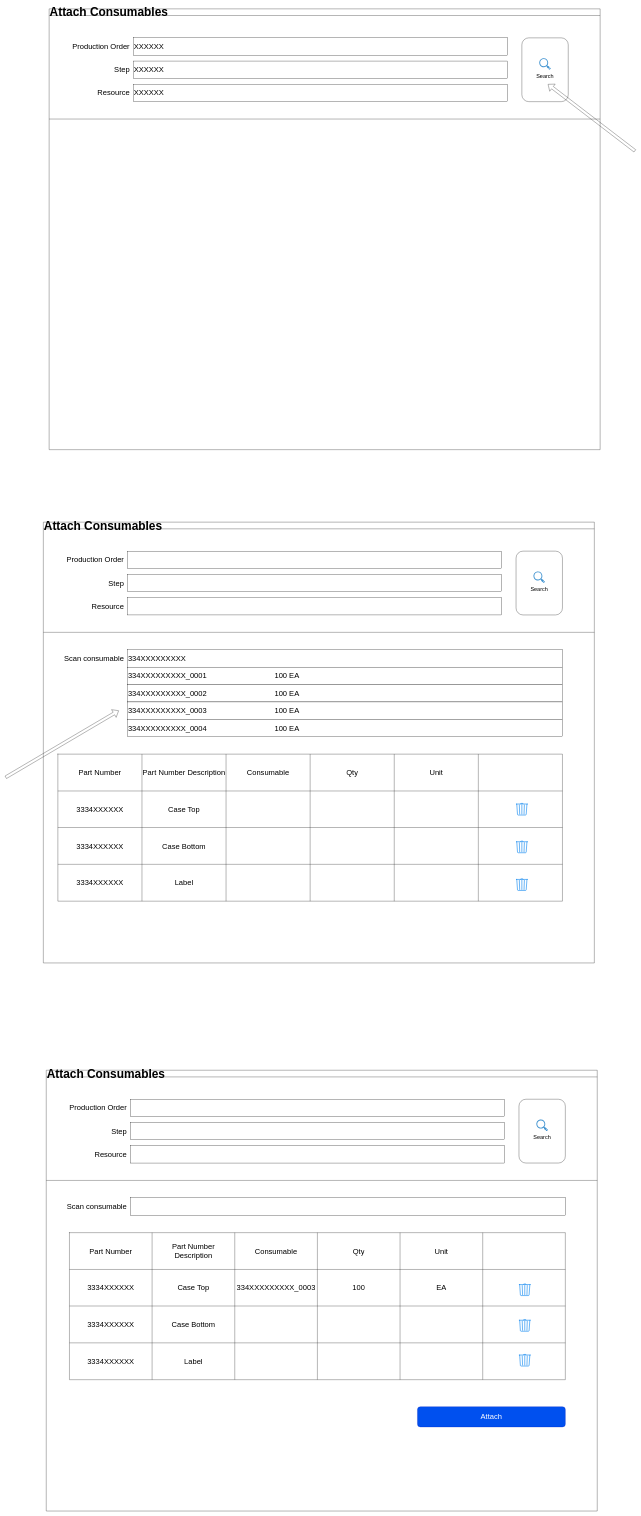
The draw.io diagram MES Flow/Untitled Diagram.drawio in vinceliao99/MyDiagrams, before the edit. Source tidied: cells renumbered, new cells numbered last; positions are measured from the earlier drawing's top-left corner, leaving out a move shared by most shapes. Both pictures are drawn from the tidied source at 29%, with x=0, y=0 at pixel (6, 9).
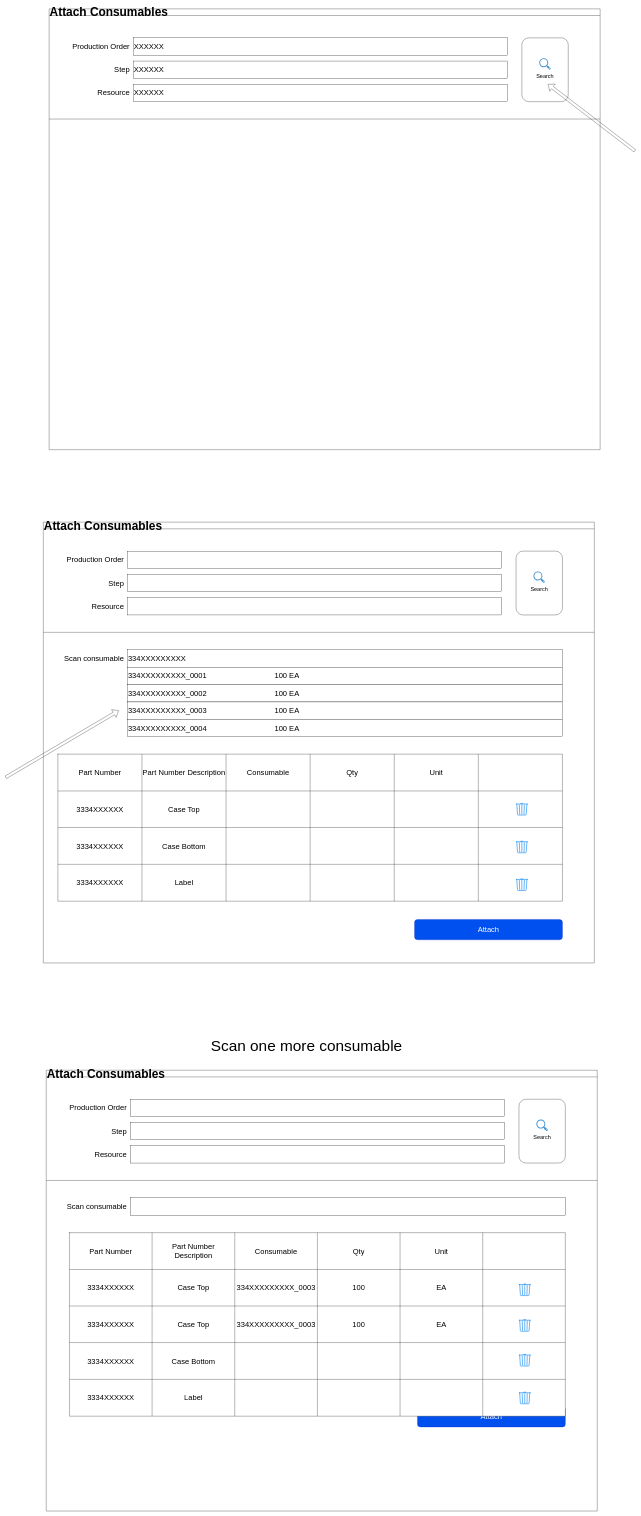
The same diagram, later.

The change refers to these unchanged cells:
```xml
<mxCell id="2" value="&lt;font style=&quot;font-size: 41px;&quot;&gt;Attach Consumables&lt;/font&gt;" style="swimlane;whiteSpace=wrap;html=1;align=left;" parent="1" vertex="1">
  <mxGeometry x="130" y="1770" width="1900" height="1520" as="geometry" />
</mxCell>
```

What changed in the source:
```diff
@@
+    <mxCell id="114" value="&lt;font style=&quot;font-size: 26px;&quot;&gt;Attach&lt;/font&gt;" style="rounded=1;whiteSpace=wrap;html=1;fillColor=#0050ef;fontColor=#ffffff;strokeColor=#001DBC;" parent="2" vertex="1">
+      <mxGeometry x="1280" y="1370" width="510" height="70" as="geometry" />
+    </mxCell>
@@
     <mxCell id="71" style="shape=table;startSize=0;childLayout=tableLayout;fontSize=16;" parent="1" vertex="1">
-      <mxGeometry x="220" y="4220" width="1710" height="507" as="geometry" />
+      <mxGeometry x="220" y="4220" width="1710" height="633" as="geometry" />
     </mxCell>
@@
+    <mxCell id="115" style="shape=tableRow;horizontal=0;startSize=0;swimlaneHead=0;swimlaneBody=0;strokeColor=inherit;top=0;left=0;bottom=0;right=0;fillColor=none;fontSize=16;" parent="71" vertex="1">
+      <mxGeometry y="253" width="1710" height="126" as="geometry" />
+    </mxCell>
+    <mxCell id="116" style="shape=partialRectangle;html=1;whiteSpace=wrap;strokeColor=inherit;overflow=hidden;fillColor=none;top=0;left=0;bottom=0;right=0;fontSize=16;" parent="115" vertex="1">
+      <mxGeometry width="285" height="126" as="geometry" />
+    </mxCell>
+    <mxCell id="117" style="shape=partialRectangle;html=1;whiteSpace=wrap;strokeColor=inherit;overflow=hidden;fillColor=none;top=0;left=0;bottom=0;right=0;fontSize=16;" parent="115" vertex="1">
+      <mxGeometry x="285" width="285" height="126" as="geometry" />
+    </mxCell>
+    <mxCell id="118" style="shape=partialRectangle;html=1;whiteSpace=wrap;strokeColor=inherit;overflow=hidden;fillColor=none;top=0;left=0;bottom=0;right=0;fontSize=16;" parent="115" vertex="1">
+      <mxGeometry x="570" width="285" height="126" as="geometry" />
+    </mxCell>
+    <mxCell id="119" style="shape=partialRectangle;html=1;whiteSpace=wrap;strokeColor=inherit;overflow=hidden;fillColor=none;top=0;left=0;bottom=0;right=0;fontSize=16;" parent="115" vertex="1">
+      <mxGeometry x="855" width="285" height="126" as="geometry" />
+    </mxCell>
+    <mxCell id="120" style="shape=partialRectangle;html=1;whiteSpace=wrap;strokeColor=inherit;overflow=hidden;fillColor=none;top=0;left=0;bottom=0;right=0;fontSize=16;" parent="115" vertex="1">
+      <mxGeometry x="1140" width="285" height="126" as="geometry" />
+    </mxCell>
+    <mxCell id="121" style="shape=partialRectangle;html=1;whiteSpace=wrap;strokeColor=inherit;overflow=hidden;fillColor=none;top=0;left=0;bottom=0;right=0;fontSize=16;" parent="115" vertex="1">
+      <mxGeometry x="1425" width="285" height="126" as="geometry" />
+    </mxCell>
     <mxCell id="86" style="shape=tableRow;horizontal=0;startSize=0;swimlaneHead=0;swimlaneBody=0;strokeColor=inherit;top=0;left=0;bottom=0;right=0;fillColor=none;fontSize=16;" parent="71" vertex="1">
-      <mxGeometry y="253" width="1710" height="127" as="geometry" />
+      <mxGeometry y="379" width="1710" height="127" as="geometry" />
     </mxCell>
@@
     <mxCell id="93" style="shape=tableRow;horizontal=0;startSize=0;swimlaneHead=0;swimlaneBody=0;strokeColor=inherit;top=0;left=0;bottom=0;right=0;fillColor=none;fontSize=16;" parent="71" vertex="1">
-      <mxGeometry y="380" width="1710" height="127" as="geometry" />
+      <mxGeometry y="506" width="1710" height="127" as="geometry" />
     </mxCell>
@@
+    <mxCell id="122" style="html=1;verticalLabelPosition=bottom;align=center;labelBackgroundColor=#ffffff;verticalAlign=top;strokeWidth=2;strokeColor=#0080F0;shadow=0;dashed=0;shape=mxgraph.ios7.icons.trashcan;" parent="1" vertex="1">
+      <mxGeometry x="1770" y="4770" width="40" height="40" as="geometry" />
+    </mxCell>
+    <mxCell id="123" value="&lt;font style=&quot;font-size: 26px;&quot;&gt;3334XXXXXX&lt;/font&gt;" style="shape=partialRectangle;html=1;whiteSpace=wrap;strokeColor=inherit;overflow=hidden;fillColor=none;top=0;left=0;bottom=0;right=0;fontSize=16;" parent="1" vertex="1">
+      <mxGeometry x="220" y="4473.5" width="285" height="126" as="geometry" />
+    </mxCell>
+    <mxCell id="124" value="&lt;span style=&quot;font-size: 26px;&quot;&gt;Case Top&lt;/span&gt;" style="shape=partialRectangle;html=1;whiteSpace=wrap;strokeColor=inherit;overflow=hidden;fillColor=none;top=0;left=0;bottom=0;right=0;fontSize=16;" parent="1" vertex="1">
+      <mxGeometry x="505" y="4473.5" width="285" height="126" as="geometry" />
+    </mxCell>
+    <mxCell id="125" value="&lt;span style=&quot;font-size: 26px; text-align: left;&quot;&gt;334XXXXXXXXX_0003&lt;/span&gt;" style="shape=partialRectangle;html=1;whiteSpace=wrap;strokeColor=inherit;overflow=hidden;fillColor=none;top=0;left=0;bottom=0;right=0;fontSize=16;" parent="1" vertex="1">
+      <mxGeometry x="790" y="4473.5" width="285" height="126" as="geometry" />
+    </mxCell>
+    <mxCell id="126" value="&lt;div style=&quot;text-align: left;&quot;&gt;&lt;span style=&quot;background-color: initial; font-size: 26px;&quot;&gt;100&lt;/span&gt;&lt;/div&gt;" style="shape=partialRectangle;html=1;whiteSpace=wrap;strokeColor=inherit;overflow=hidden;fillColor=none;top=0;left=0;bottom=0;right=0;fontSize=16;" parent="1" vertex="1">
+      <mxGeometry x="1075" y="4473.5" width="285" height="126" as="geometry" />
+    </mxCell>
+    <mxCell id="127" value="&lt;div style=&quot;text-align: left;&quot;&gt;&lt;span style=&quot;background-color: initial; font-size: 26px;&quot;&gt;EA&lt;/span&gt;&lt;/div&gt;" style="shape=partialRectangle;html=1;whiteSpace=wrap;strokeColor=inherit;overflow=hidden;fillColor=none;top=0;left=0;bottom=0;right=0;fontSize=16;" parent="1" vertex="1">
+      <mxGeometry x="1360" y="4473.5" width="285" height="126" as="geometry" />
+    </mxCell>
+    <mxCell id="128" value="&lt;font style=&quot;font-size: 53px;&quot;&gt;Scan one more consumable&amp;nbsp;&lt;/font&gt;" style="text;html=1;align=center;verticalAlign=middle;whiteSpace=wrap;rounded=0;" parent="1" vertex="1">
+      <mxGeometry x="690" y="3560" width="710" height="30" as="geometry" />
+    </mxCell>
```
